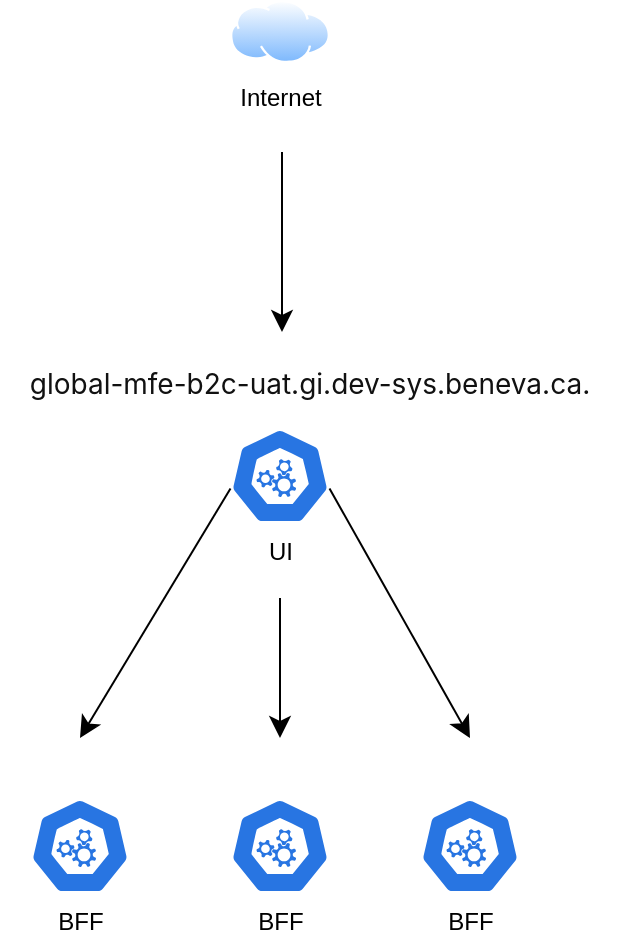
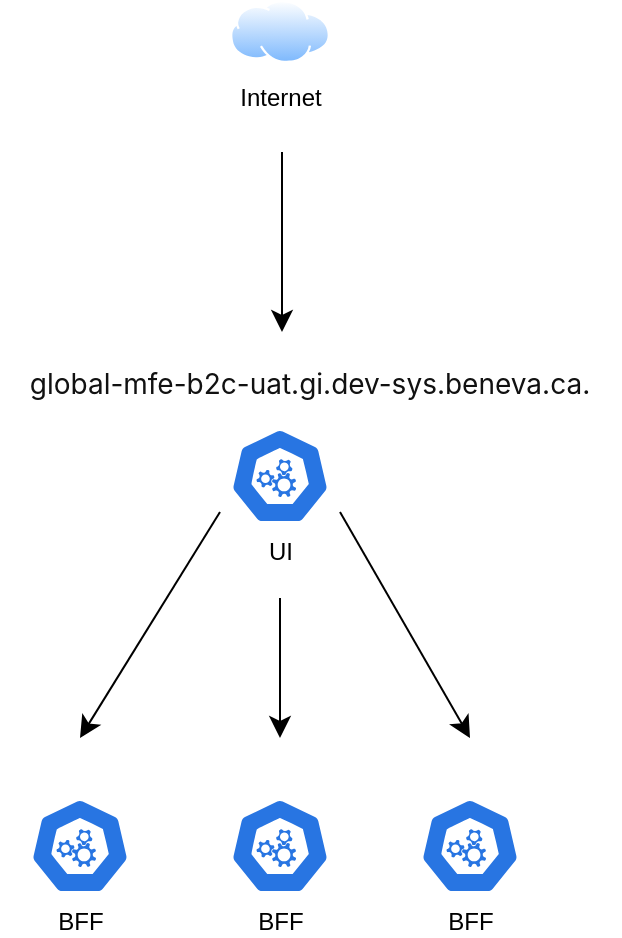
<mxfile host="app.diagrams.net">
  <diagram name="Page-1" id="PDDeNMKr1Ipas_Aee2fN">
    <mxGraphModel dx="1218" dy="515" grid="1" gridSize="10" guides="1" tooltips="1" connect="1" arrows="1" fold="1" page="1" pageScale="1" pageWidth="827" pageHeight="1169" math="0" shadow="0">
      <root>
        <mxCell id="0" />
        <mxCell id="1" parent="0" />
        <UserObject label="UI" id="bimjTAtM6vCEuXX9xQhZ-1">
          <mxCell parent="1" style="aspect=fixed;sketch=0;html=1;dashed=0;whitespace=wrap;verticalLabelPosition=bottom;verticalAlign=top;fillColor=#2875E2;strokeColor=#ffffff;points=[[0.005,0.63,0],[0.1,0.2,0],[0.9,0.2,0],[0.5,0,0],[0.995,0.63,0],[0.72,0.99,0],[0.5,1,0],[0.28,0.99,0]];shape=mxgraph.kubernetes.icon2;prIcon=api" vertex="1">
            <mxGeometry height="48" width="50" x="335" y="268" as="geometry" />
          </mxCell>
        </UserObject>
        <mxCell id="bimjTAtM6vCEuXX9xQhZ-2" parent="1" style="text;html=1;whiteSpace=wrap;strokeColor=none;fillColor=none;align=center;verticalAlign=middle;rounded=0;" value="&lt;br style=&quot;white-space: nowrap;&quot;&gt;&lt;span style=&quot;color: rgb(17, 17, 17); font-family: -apple-system, BlinkMacSystemFont, &amp;quot;Segoe UI&amp;quot;, Roboto, Oxygen, Ubuntu, &amp;quot;Fira Sans&amp;quot;, &amp;quot;Droid Sans&amp;quot;, &amp;quot;Helvetica Neue&amp;quot;, sans-serif; font-size: 14px; text-align: left; background-color: rgb(255, 255, 255); float: none; display: inline !important;&quot;&gt;global-mfe-b2c-uat.gi.dev-sys.beneva.ca.&lt;/span&gt;&lt;br style=&quot;color: rgb(17, 17, 17); font-family: -apple-system, BlinkMacSystemFont, &amp;quot;Segoe UI&amp;quot;, Roboto, Oxygen, Ubuntu, &amp;quot;Fira Sans&amp;quot;, &amp;quot;Droid Sans&amp;quot;, &amp;quot;Helvetica Neue&amp;quot;, sans-serif; font-size: 14px; text-align: left; background-color: rgb(255, 255, 255);&quot;&gt;" vertex="1">
          <mxGeometry height="30" width="310" x="220" y="224" as="geometry" />
        </mxCell>
        <UserObject label="BFF" id="bimjTAtM6vCEuXX9xQhZ-3">
          <mxCell parent="1" style="aspect=fixed;sketch=0;html=1;dashed=0;whitespace=wrap;verticalLabelPosition=bottom;verticalAlign=top;fillColor=#2875E2;strokeColor=#ffffff;points=[[0.005,0.63,0],[0.1,0.2,0],[0.9,0.2,0],[0.5,0,0],[0.995,0.63,0],[0.72,0.99,0],[0.5,1,0],[0.28,0.99,0]];shape=mxgraph.kubernetes.icon2;prIcon=api" vertex="1">
            <mxGeometry height="48" width="50" x="335" y="453" as="geometry" />
          </mxCell>
        </UserObject>
        <mxCell id="bimjTAtM6vCEuXX9xQhZ-4" parent="1" style="image;aspect=fixed;perimeter=ellipsePerimeter;html=1;align=center;shadow=0;dashed=0;spacingTop=3;image=img/lib/active_directory/internet_cloud.svg;" value="Internet" vertex="1">
          <mxGeometry height="31.5" width="50" x="335" y="54" as="geometry" />
        </mxCell>
        <mxCell id="bimjTAtM6vCEuXX9xQhZ-8" edge="1" parent="1" style="endArrow=classic;html=1;rounded=0;fontSize=12;startSize=8;endSize=8;curved=1;" value="">
          <mxGeometry height="50" relative="1" width="50" as="geometry">
            <mxPoint x="361" y="130" as="sourcePoint" />
            <mxPoint x="361" y="220" as="targetPoint" />
          </mxGeometry>
        </mxCell>
        <mxCell id="bimjTAtM6vCEuXX9xQhZ-9" edge="1" parent="1" style="endArrow=classic;html=1;rounded=0;fontSize=12;startSize=8;endSize=8;curved=1;" value="">
          <mxGeometry height="50" relative="1" width="50" as="geometry">
            <mxPoint x="360" y="353" as="sourcePoint" />
            <mxPoint x="360" y="423" as="targetPoint" />
          </mxGeometry>
        </mxCell>
        <UserObject label="BFF" id="2nBjpX3ASkOJ5MO6IyIu-1">
          <mxCell parent="1" style="aspect=fixed;sketch=0;html=1;dashed=0;whitespace=wrap;verticalLabelPosition=bottom;verticalAlign=top;fillColor=#2875E2;strokeColor=#ffffff;points=[[0.005,0.63,0],[0.1,0.2,0],[0.9,0.2,0],[0.5,0,0],[0.995,0.63,0],[0.72,0.99,0],[0.5,1,0],[0.28,0.99,0]];shape=mxgraph.kubernetes.icon2;prIcon=api" vertex="1">
            <mxGeometry height="48" width="50" x="430" y="453" as="geometry" />
          </mxCell>
        </UserObject>
-         <mxCell id="2nBjpX3ASkOJ5MO6IyIu-2" edge="1" parent="1" source="bimjTAtM6vCEuXX9xQhZ-1" style="endArrow=classic;html=1;rounded=0;fontSize=12;startSize=8;endSize=8;curved=1;exitX=0.995;exitY=0.63;exitDx=0;exitDy=0;exitPerimeter=0;" value="">
+         <mxCell id="2nBjpX3ASkOJ5MO6IyIu-2" edge="1" parent="1" style="endArrow=classic;html=1;rounded=0;fontSize=12;startSize=8;endSize=8;curved=1;" value="">
          <mxGeometry height="50" relative="1" width="50" as="geometry">
-             <mxPoint x="455" y="353" as="sourcePoint" />
+             <mxPoint x="390" y="310" as="sourcePoint" />
            <mxPoint x="455" y="423" as="targetPoint" />
          </mxGeometry>
        </mxCell>
        <UserObject label="BFF" id="2nBjpX3ASkOJ5MO6IyIu-3">
          <mxCell parent="1" style="aspect=fixed;sketch=0;html=1;dashed=0;whitespace=wrap;verticalLabelPosition=bottom;verticalAlign=top;fillColor=#2875E2;strokeColor=#ffffff;points=[[0.005,0.63,0],[0.1,0.2,0],[0.9,0.2,0],[0.5,0,0],[0.995,0.63,0],[0.72,0.99,0],[0.5,1,0],[0.28,0.99,0]];shape=mxgraph.kubernetes.icon2;prIcon=api" vertex="1">
            <mxGeometry height="48" width="50" x="235" y="453" as="geometry" />
          </mxCell>
        </UserObject>
-         <mxCell id="2nBjpX3ASkOJ5MO6IyIu-4" edge="1" parent="1" source="bimjTAtM6vCEuXX9xQhZ-1" style="endArrow=classic;html=1;rounded=0;fontSize=12;startSize=8;endSize=8;curved=1;exitX=0.005;exitY=0.63;exitDx=0;exitDy=0;exitPerimeter=0;" value="">
+         <mxCell id="2nBjpX3ASkOJ5MO6IyIu-4" edge="1" parent="1" style="endArrow=classic;html=1;rounded=0;fontSize=12;startSize=8;endSize=8;curved=1;" value="">
          <mxGeometry height="50" relative="1" width="50" as="geometry">
-             <mxPoint x="190" y="298" as="sourcePoint" />
+             <mxPoint x="330" y="310" as="sourcePoint" />
            <mxPoint x="260" y="423" as="targetPoint" />
          </mxGeometry>
        </mxCell>
      </root>
    </mxGraphModel>
  </diagram>
</mxfile>
